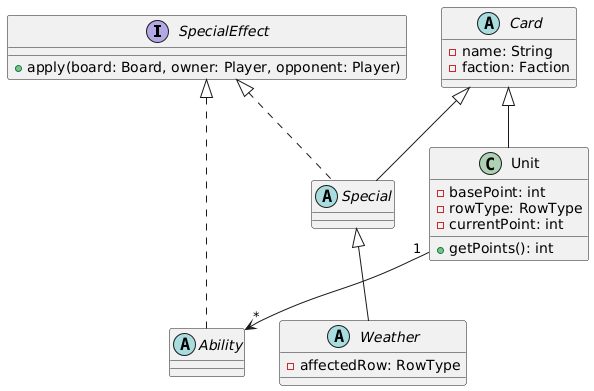
The PlantUML diagram diagrams/classes/cards.png in Yonhir/algo3_proyecto_base_tp2, before a commit. Source of this version:
```plantuml
@startuml
interface SpecialEffect {
  +apply(board: Board, owner: Player, opponent: Player)
}

abstract class Card {
  -name: String
  -faction: Faction

}

class Unit {
  -basePoint: int
  -rowType: RowType
  -currentPoint: int
  +getPoints(): int
}

abstract class Special {

}

abstract class Weather {
  -affectedRow: RowType
}

abstract class Ability {
}



Card <|-- Unit

Card <|-- Special

Unit "1"--> "*" Ability

Special <|-- Weather

SpecialEffect <|.. Special

SpecialEffect <|.. Ability
@enduml
```
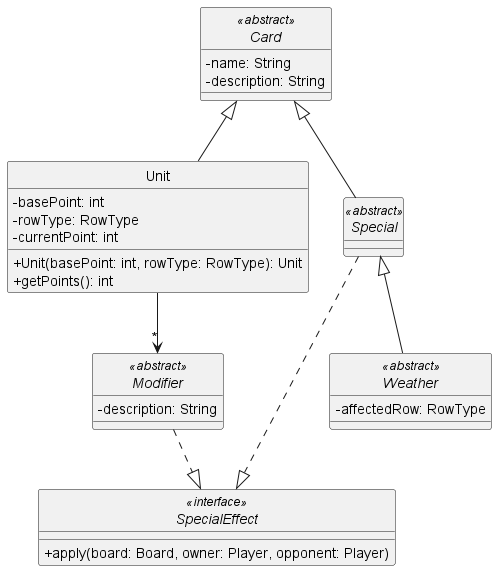
After the commit.

Commit message:
Update exported diagram

What changed in the source:
```diff
@@ -1,43 +1,45 @@
 @startuml
-interface SpecialEffect {
+
+skinparam monochrome true
+hide circle
+skinparam classAttributeIconSize 0
+
+interface SpecialEffect <<interface>> {
   +apply(board: Board, owner: Player, opponent: Player)
 }
 
-abstract class Card {
+abstract class Card <<abstract>> {
   -name: String
-  -faction: Faction
-
+  -description: String
 }
 
 class Unit {
   -basePoint: int
   -rowType: RowType
   -currentPoint: int
+  +Unit(basePoint: int, rowType: RowType): Unit
   +getPoints(): int
 }
 
-abstract class Special {
-
+abstract class Special <<abstract>> {
 }
 
-abstract class Weather {
+abstract class Weather <<abstract>> {
   -affectedRow: RowType
 }
 
-abstract class Ability {
+abstract class Modifier <<abstract>> {
+  -description: String
 }
 
 
 
 Card <|-- Unit
-
 Card <|-- Special
-
-Unit "1"--> "*" Ability
-
 Special <|-- Weather
 
-SpecialEffect <|.. Special
+Unit --> "*" Modifier
+Modifier ..|> SpecialEffect
+Special ..|> SpecialEffect
 
-SpecialEffect <|.. Ability
 @enduml
```
